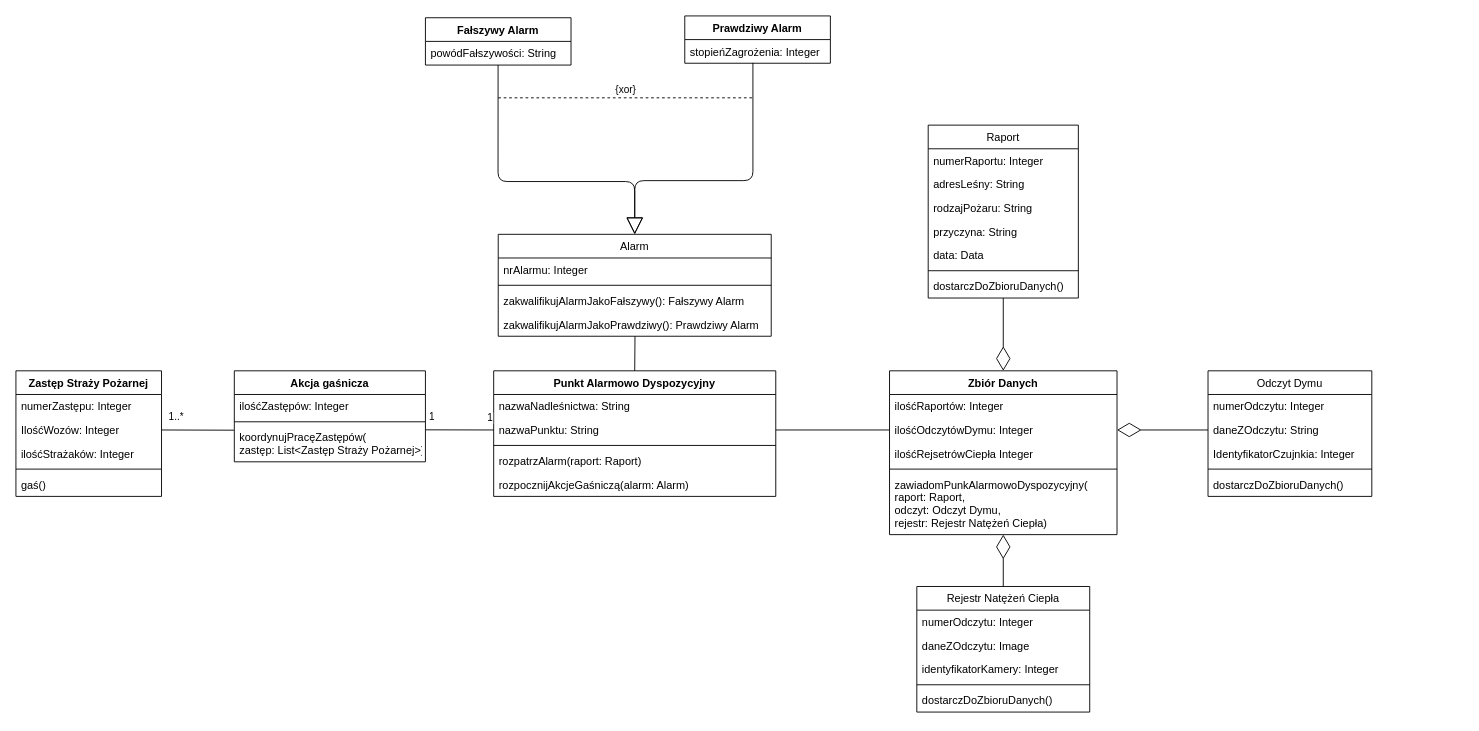
Earlier version of the draw.io diagram page "klasy" (2 of 5) of uml_pozar_lasu.drawio (broniuu/projekt_inzynieria). Source tidied: cells renumbered, new cells numbered last; positions are measured from the earlier drawing's top-left corner, leaving out a move shared by most shapes. Both pictures are drawn from the tidied source at 91%, with x=0, y=0 at pixel (15, 15).
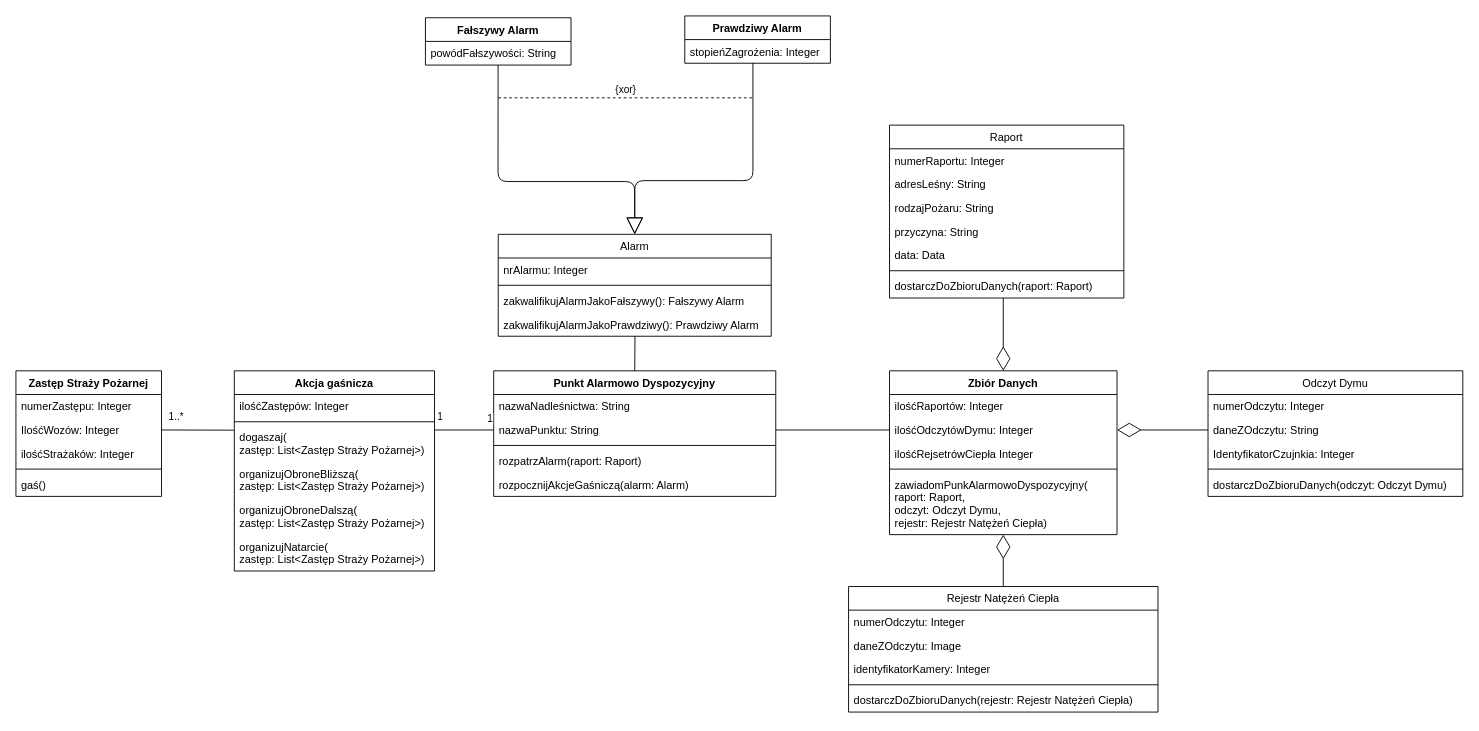
After the change.

Unchanged cells that the change refers to:
```xml
<mxCell id="4" value="nazwaPunktu: String" style="text;strokeColor=none;fillColor=none;align=left;verticalAlign=top;spacingLeft=4;spacingRight=4;overflow=hidden;points=[[0,0.5],[1,0.5]];portConstraint=eastwest;" parent="2" vertex="1">
  <mxGeometry y="52" width="310" height="26" as="geometry" />
</mxCell>
<mxCell id="39" value="IlośćWozów: Integer" style="text;strokeColor=none;fillColor=none;align=left;verticalAlign=top;spacingLeft=4;spacingRight=4;overflow=hidden;points=[[0,0.5],[1,0.5]];portConstraint=eastwest;" parent="37" vertex="1">
  <mxGeometry y="52" width="160" height="26" as="geometry" />
</mxCell>
```

Change to the diagram source:
```diff
@@
     <mxCell id="8" value="Raport" style="swimlane;fontStyle=0;horizontal=1;startSize=26;fillColor=none;" parent="1" vertex="1">
-      <mxGeometry x="1002.5" y="120" width="165" height="190" as="geometry" />
+      <mxGeometry x="960" y="120" width="257.5" height="190" as="geometry" />
     </mxCell>
     <mxCell id="9" value="numerRaportu: Integer    " style="text;strokeColor=none;fillColor=none;align=left;verticalAlign=top;spacingLeft=4;spacingRight=4;overflow=hidden;" parent="8" vertex="1">
-      <mxGeometry y="26" width="165" height="26" as="geometry" />
+      <mxGeometry y="26" width="257.5" height="26" as="geometry" />
     </mxCell>
     <mxCell id="10" value="adresLeśny: String    " style="text;strokeColor=none;fillColor=none;align=left;verticalAlign=top;spacingLeft=4;spacingRight=4;overflow=hidden;" parent="8" vertex="1">
-      <mxGeometry y="52" width="165" height="26" as="geometry" />
+      <mxGeometry y="52" width="257.5" height="26" as="geometry" />
     </mxCell>
     <mxCell id="11" value="rodzajPożaru: String" style="text;strokeColor=none;fillColor=none;align=left;verticalAlign=top;spacingLeft=4;spacingRight=4;overflow=hidden;" parent="8" vertex="1">
-      <mxGeometry y="78" width="165" height="26" as="geometry" />
+      <mxGeometry y="78" width="257.5" height="26" as="geometry" />
     </mxCell>
     <mxCell id="12" value="przyczyna: String" style="text;strokeColor=none;fillColor=none;align=left;verticalAlign=top;spacingLeft=4;spacingRight=4;overflow=hidden;" parent="8" vertex="1">
-      <mxGeometry y="104" width="165" height="26" as="geometry" />
+      <mxGeometry y="104" width="257.5" height="26" as="geometry" />
     </mxCell>
     <mxCell id="13" value="data: Data" style="text;strokeColor=none;fillColor=none;align=left;verticalAlign=top;spacingLeft=4;spacingRight=4;overflow=hidden;" parent="8" vertex="1">
-      <mxGeometry y="130" width="165" height="26" as="geometry" />
+      <mxGeometry y="130" width="257.5" height="26" as="geometry" />
     </mxCell>
     <mxCell id="14" style="line;strokeWidth=1;fillColor=none;align=left;verticalAlign=middle;spacingTop=-1;spacingLeft=3;spacingRight=3;labelPosition=right;" parent="8" vertex="1">
-      <mxGeometry y="156" width="165" height="8" as="geometry" />
+      <mxGeometry y="156" width="257.5" height="8" as="geometry" />
     </mxCell>
-    <mxCell id="15" value="dostarczDoZbioruDanych()" style="text;strokeColor=none;fillColor=none;align=left;verticalAlign=top;spacingLeft=4;spacingRight=4;overflow=hidden;" parent="8" vertex="1">
-      <mxGeometry y="164" width="165" height="26" as="geometry" />
+    <mxCell id="15" value="dostarczDoZbioruDanych(raport: Raport)" style="text;strokeColor=none;fillColor=none;align=left;verticalAlign=top;spacingLeft=4;spacingRight=4;overflow=hidden;" parent="8" vertex="1">
+      <mxGeometry y="164" width="257.5" height="26" as="geometry" />
     </mxCell>
     <mxCell id="16" value="Odczyt Dymu" style="swimlane;fontStyle=0;horizontal=1;startSize=26;fillColor=none;" parent="1" vertex="1">
-      <mxGeometry x="1310" y="390" width="180" height="138" as="geometry" />
+      <mxGeometry x="1310" y="390" width="280" height="138" as="geometry" />
     </mxCell>
     <mxCell id="17" value="numerOdczytu: Integer" style="text;strokeColor=none;fillColor=none;align=left;verticalAlign=top;spacingLeft=4;spacingRight=4;overflow=hidden;" parent="16" vertex="1">
-      <mxGeometry y="26" width="180" height="26" as="geometry" />
+      <mxGeometry y="26" width="280" height="26" as="geometry" />
     </mxCell>
     <mxCell id="18" value="daneZOdczytu: String" style="text;strokeColor=none;fillColor=none;align=left;verticalAlign=top;spacingLeft=4;spacingRight=4;overflow=hidden;points=[[0,0.5],[1,0.5]];portConstraint=eastwest;" parent="16" vertex="1">
-      <mxGeometry y="52" width="180" height="26" as="geometry" />
+      <mxGeometry y="52" width="280" height="26" as="geometry" />
     </mxCell>
     <mxCell id="19" value="IdentyfikatorCzujnkia: Integer" style="text;strokeColor=none;fillColor=none;align=left;verticalAlign=top;spacingLeft=4;spacingRight=4;overflow=hidden;" parent="16" vertex="1">
-      <mxGeometry y="78" width="180" height="26" as="geometry" />
+      <mxGeometry y="78" width="280" height="26" as="geometry" />
     </mxCell>
     <mxCell id="20" style="line;strokeWidth=1;fillColor=none;align=left;verticalAlign=middle;spacingTop=-1;spacingLeft=3;spacingRight=3;labelPosition=right;" parent="16" vertex="1">
-      <mxGeometry y="104" width="180" height="8" as="geometry" />
+      <mxGeometry y="104" width="280" height="8" as="geometry" />
     </mxCell>
-    <mxCell id="21" value="dostarczDoZbioruDanych()" style="text;strokeColor=none;fillColor=none;align=left;verticalAlign=top;spacingLeft=4;spacingRight=4;overflow=hidden;" parent="16" vertex="1">
-      <mxGeometry y="112" width="180" height="26" as="geometry" />
+    <mxCell id="21" value="dostarczDoZbioruDanych(odczyt: Odczyt Dymu)" style="text;strokeColor=none;fillColor=none;align=left;verticalAlign=top;spacingLeft=4;spacingRight=4;overflow=hidden;" parent="16" vertex="1">
+      <mxGeometry y="112" width="280" height="26" as="geometry" />
     </mxCell>
     <mxCell id="22" value="Rejestr Natężeń Ciepła" style="swimlane;fontStyle=0;horizontal=1;startSize=26;fillColor=none;" parent="1" vertex="1">
-      <mxGeometry x="990" y="627" width="190" height="138" as="geometry" />
+      <mxGeometry x="915" y="627" width="340" height="138" as="geometry" />
     </mxCell>
     <mxCell id="23" value="numerOdczytu: Integer" style="text;strokeColor=none;fillColor=none;align=left;verticalAlign=top;spacingLeft=4;spacingRight=4;overflow=hidden;" parent="22" vertex="1">
-      <mxGeometry y="26" width="190" height="26" as="geometry" />
+      <mxGeometry y="26" width="340" height="26" as="geometry" />
     </mxCell>
     <mxCell id="24" value="daneZOdczytu: Image" style="text;strokeColor=none;fillColor=none;align=left;verticalAlign=top;spacingLeft=4;spacingRight=4;overflow=hidden;" parent="22" vertex="1">
-      <mxGeometry y="52" width="190" height="26" as="geometry" />
+      <mxGeometry y="52" width="340" height="26" as="geometry" />
     </mxCell>
     <mxCell id="25" value="identyfikatorKamery: Integer" style="text;strokeColor=none;fillColor=none;align=left;verticalAlign=top;spacingLeft=4;spacingRight=4;overflow=hidden;" parent="22" vertex="1">
-      <mxGeometry y="78" width="190" height="26" as="geometry" />
+      <mxGeometry y="78" width="340" height="26" as="geometry" />
     </mxCell>
     <mxCell id="26" style="line;strokeWidth=1;fillColor=none;align=left;verticalAlign=middle;spacingTop=-1;spacingLeft=3;spacingRight=3;labelPosition=right;" parent="22" vertex="1">
-      <mxGeometry y="104" width="190" height="8" as="geometry" />
+      <mxGeometry y="104" width="340" height="8" as="geometry" />
     </mxCell>
-    <mxCell id="27" value="dostarczDoZbioruDanych()" style="text;strokeColor=none;fillColor=none;align=left;verticalAlign=top;spacingLeft=4;spacingRight=4;overflow=hidden;" parent="22" vertex="1">
-      <mxGeometry y="112" width="190" height="26" as="geometry" />
+    <mxCell id="27" value="dostarczDoZbioruDanych(rejestr: Rejestr Natężeń Ciepła)" style="text;strokeColor=none;fillColor=none;align=left;verticalAlign=top;spacingLeft=4;spacingRight=4;overflow=hidden;" parent="22" vertex="1">
+      <mxGeometry y="112" width="340" height="26" as="geometry" />
     </mxCell>
@@
-    <mxCell id="44" value="1..*" style="endArrow=none;html=1;exitX=1;exitY=0.5;exitDx=0;exitDy=0;entryX=-0.002;entryY=0.131;entryDx=0;entryDy=0;entryPerimeter=0;" parent="1" edge="1" source="39" target="62">
-      <mxGeometry x="-0.6" y="15" relative="1" as="geometry" />
+    <mxCell id="44" value="1..*" style="endArrow=none;html=1;exitX=1;exitY=0.5;exitDx=0;exitDy=0;entryX=-0.002;entryY=0.131;entryDx=0;entryDy=0;entryPerimeter=0;" parent="1" edge="1" source="39">
+      <mxGeometry x="-0.6" y="15" relative="1" as="geometry">
+        <mxPoint x="239.6" y="455.2" as="targetPoint" />
+      </mxGeometry>
     </mxCell>
@@
     <mxCell id="59" value="Akcja gaśnicza" style="swimlane;fontStyle=1;align=center;verticalAlign=top;horizontal=1;startSize=26;" parent="1" vertex="1">
-      <mxGeometry x="240" y="390" width="210" height="100" as="geometry" />
+      <mxGeometry x="240" y="390" width="220" height="220" as="geometry" />
     </mxCell>
     <mxCell id="60" value="ilośćZastępów: Integer" style="text;strokeColor=none;fillColor=none;align=left;verticalAlign=top;spacingLeft=4;spacingRight=4;overflow=hidden;" parent="59" vertex="1">
-      <mxGeometry y="26" width="210" height="26" as="geometry" />
+      <mxGeometry y="26" width="220" height="26" as="geometry" />
     </mxCell>
     <mxCell id="61" style="line;strokeWidth=1;fillColor=none;align=left;verticalAlign=middle;spacingTop=-1;spacingLeft=3;spacingRight=3;labelPosition=right;" parent="59" vertex="1">
-      <mxGeometry y="52" width="210" height="8" as="geometry" />
+      <mxGeometry y="52" width="220" height="8" as="geometry" />
     </mxCell>
-    <mxCell id="62" value="koordynujPracęZastępów(&#10;zastęp: List&lt;Zastęp Straży Pożarnej&gt;)" style="text;strokeColor=none;fillColor=none;align=left;verticalAlign=top;spacingLeft=4;spacingRight=4;overflow=hidden;points=[[0,0.5],[1,0.5]];portConstraint=eastwest;" parent="59" vertex="1">
-      <mxGeometry y="60" width="210" height="40" as="geometry" />
-    </mxCell>
+    <mxCell id="65" value="dogaszaj(&#10;zastęp: List&lt;Zastęp Straży Pożarnej&gt;)" style="text;strokeColor=none;fillColor=none;align=left;verticalAlign=top;spacingLeft=4;spacingRight=4;overflow=hidden;" parent="59" vertex="1">
+      <mxGeometry y="60" width="220" height="40" as="geometry" />
+    </mxCell>
+    <mxCell id="66" value="organizujObroneBliższą(&#10;zastęp: List&lt;Zastęp Straży Pożarnej&gt;)" style="text;strokeColor=none;fillColor=none;align=left;verticalAlign=top;spacingLeft=4;spacingRight=4;overflow=hidden;" parent="59" vertex="1">
+      <mxGeometry y="100" width="220" height="40" as="geometry" />
+    </mxCell>
+    <mxCell id="67" value="organizujObroneDalszą(&#10;zastęp: List&lt;Zastęp Straży Pożarnej&gt;)" style="text;strokeColor=none;fillColor=none;align=left;verticalAlign=top;spacingLeft=4;spacingRight=4;overflow=hidden;" parent="59" vertex="1">
+      <mxGeometry y="140" width="220" height="40" as="geometry" />
+    </mxCell>
+    <mxCell id="68" value="organizujNatarcie(&#10;zastęp: List&lt;Zastęp Straży Pożarnej&gt;)" style="text;strokeColor=none;fillColor=none;align=left;verticalAlign=top;spacingLeft=4;spacingRight=4;overflow=hidden;" parent="59" vertex="1">
+      <mxGeometry y="180" width="220" height="40" as="geometry" />
+    </mxCell>
-    <mxCell id="63" value="1" style="endArrow=none;html=1;exitX=1.001;exitY=0.121;exitDx=0;exitDy=0;entryX=0;entryY=0.5;entryDx=0;entryDy=0;exitPerimeter=0;" parent="1" edge="1" source="62" target="4">
-      <mxGeometry x="-0.81" y="15" relative="1" as="geometry" />
+    <mxCell id="63" value="1" style="endArrow=none;html=1;entryX=0;entryY=0.5;entryDx=0;entryDy=0;" parent="1" edge="1" target="4">
+      <mxGeometry x="-0.81" y="15" relative="1" as="geometry">
+        <mxPoint x="460" y="455" as="sourcePoint" />
+      </mxGeometry>
     </mxCell>
     <mxCell id="64" value="1" style="edgeLabel;html=1;align=center;verticalAlign=middle;" parent="63" vertex="1">
       <mxGeometry x="-0.2" y="-3" relative="1" as="geometry">
-        <mxPoint x="40" y="-16" as="offset" />
+        <mxPoint x="34" y="-16" as="offset" />
       </mxGeometry>
     </mxCell>
```
